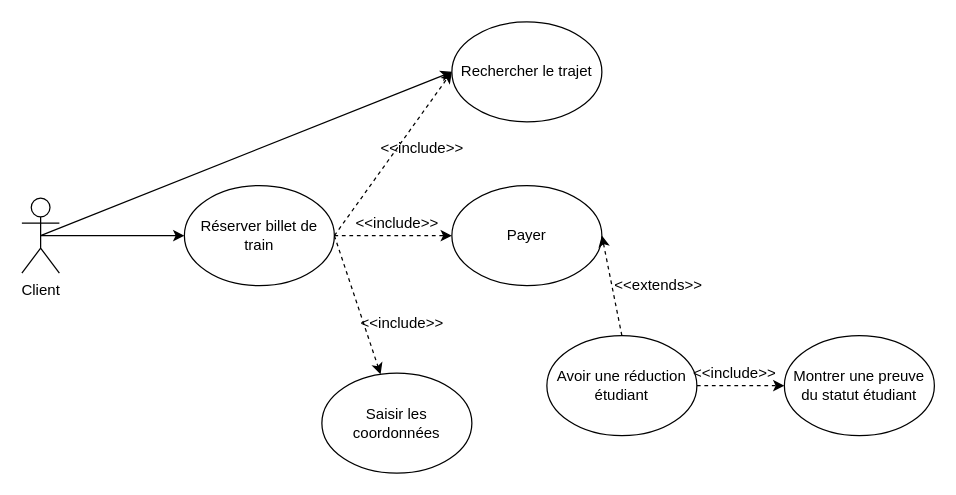
The draw.io diagram UseCases/Exercices/Solutions/exo2.drawio in choquitofrito/Int3-WAD-UML, before the edit. Source tidied: cells renumbered, new cells numbered last; positions are measured from the earlier drawing's top-left corner, leaving out a move shared by most shapes. Both pictures are drawn from the tidied source at 125%, with x=0, y=0 at pixel (21, 21).
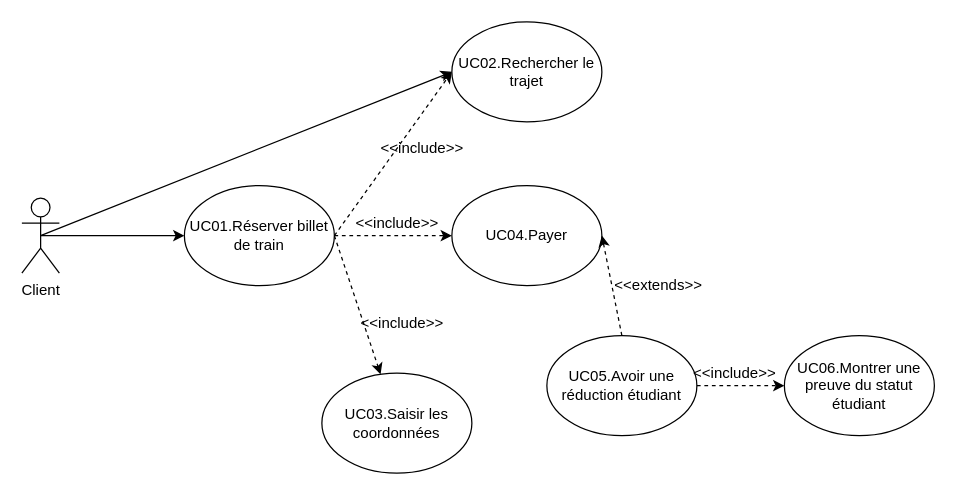
Above is the later version.

Diff of the diagram source:
```diff
@@
-    <mxCell id="3" value="Réserver billet de train" style="ellipse;whiteSpace=wrap;html=1;" parent="1" vertex="1">
+    <mxCell id="3" value="UC01.Réserver billet de train" style="ellipse;whiteSpace=wrap;html=1;" parent="1" vertex="1">
       <mxGeometry x="130" y="131" width="120" height="80" as="geometry" />
     </mxCell>
-    <mxCell id="4" value="Payer" style="ellipse;whiteSpace=wrap;html=1;" parent="1" vertex="1">
+    <mxCell id="4" value="UC04.Payer" style="ellipse;whiteSpace=wrap;html=1;" parent="1" vertex="1">
       <mxGeometry x="344" y="131" width="120" height="80" as="geometry" />
     </mxCell>
-    <mxCell id="5" value="Rechercher le trajet" style="ellipse;whiteSpace=wrap;html=1;" parent="1" vertex="1">
+    <mxCell id="5" value="UC02.Rechercher le trajet" style="ellipse;whiteSpace=wrap;html=1;" parent="1" vertex="1">
       <mxGeometry x="344" width="120" height="80" as="geometry" />
     </mxCell>
-    <mxCell id="6" value="Avoir une réduction étudiant" style="ellipse;whiteSpace=wrap;html=1;" parent="1" vertex="1">
+    <mxCell id="6" value="UC05.Avoir une réduction étudiant" style="ellipse;whiteSpace=wrap;html=1;" parent="1" vertex="1">
       <mxGeometry x="420" y="251" width="120" height="80" as="geometry" />
     </mxCell>
-    <mxCell id="7" value="Montrer une preuve du statut étudiant" style="ellipse;whiteSpace=wrap;html=1;" parent="1" vertex="1">
+    <mxCell id="7" value="UC06.Montrer une preuve du statut étudiant" style="ellipse;whiteSpace=wrap;html=1;" parent="1" vertex="1">
       <mxGeometry x="610" y="251" width="120" height="80" as="geometry" />
     </mxCell>
@@
-    <mxCell id="18" value="Saisir les coordonnées" style="ellipse;whiteSpace=wrap;html=1;" parent="1" vertex="1">
+    <mxCell id="18" value="UC03.Saisir les coordonnées" style="ellipse;whiteSpace=wrap;html=1;" parent="1" vertex="1">
       <mxGeometry x="240" y="281" width="120" height="80" as="geometry" />
     </mxCell>
```
